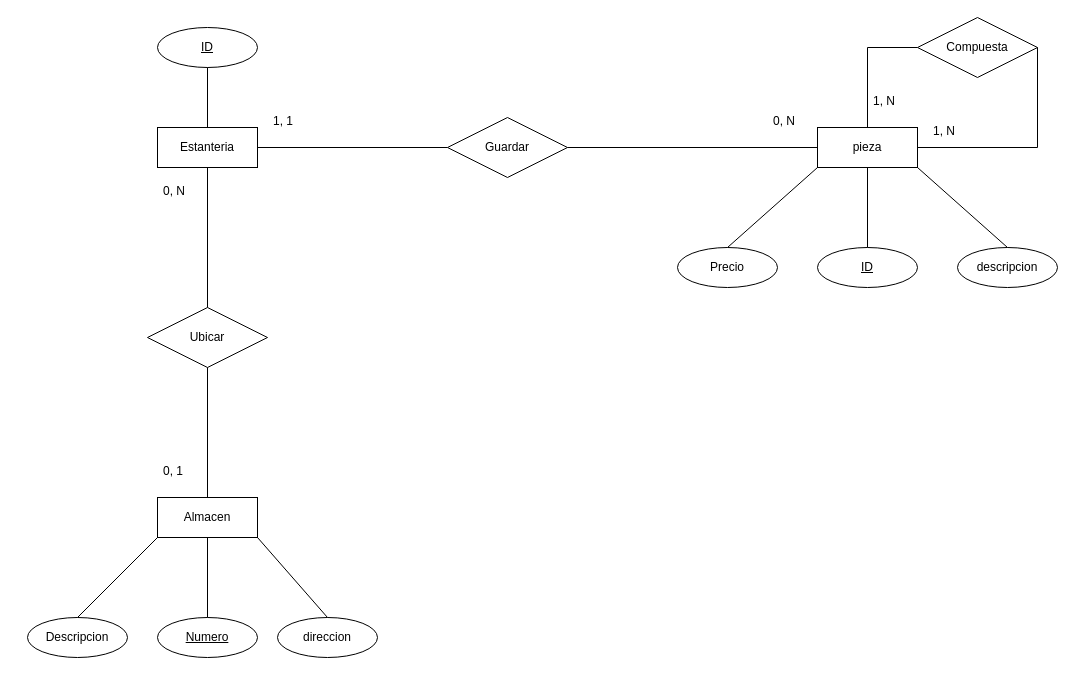
Before: Actividad_05_C3_UD12.drawio in jordimall/jmg-tsys-ta12diagramasER-drawio-111023, a draw.io diagram. Source tidied: cells renumbered, new cells numbered last; positions are measured from the earlier drawing's top-left corner, leaving out a move shared by most shapes. Both pictures are drawn from the tidied source at 100%, with x=0, y=0 at pixel (27, 17).
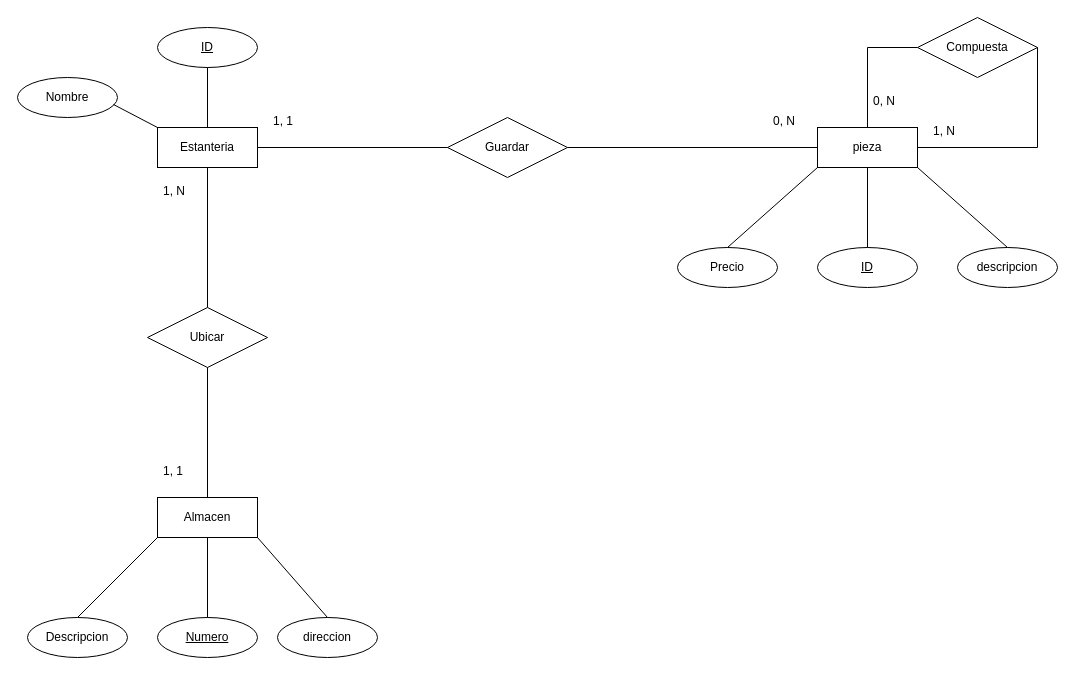
The same diagram, later.

The change refers to these unchanged cells:
```xml
<mxCell id="13" value="Estanteria" style="whiteSpace=wrap;html=1;align=center;" parent="1" vertex="1">
  <mxGeometry x="130" y="110" width="100" height="40" as="geometry" />
</mxCell>
```

The edit, as a diff of the source:
```diff
@@
-    <mxCell id="26" value="0, N" style="text;strokeColor=none;fillColor=none;spacingLeft=4;spacingRight=4;overflow=hidden;fontSize=12;whiteSpace=wrap;html=1;" parent="1" vertex="1">
+    <mxCell id="26" value="1, N" style="text;strokeColor=none;fillColor=none;spacingLeft=4;spacingRight=4;overflow=hidden;fontSize=12;whiteSpace=wrap;html=1;" parent="1" vertex="1">
       <mxGeometry x="130" y="160" width="40" height="30" as="geometry" />
     </mxCell>
-    <mxCell id="27" value="0, 1" style="text;strokeColor=none;fillColor=none;spacingLeft=4;spacingRight=4;overflow=hidden;fontSize=12;whiteSpace=wrap;html=1;" parent="1" vertex="1">
+    <mxCell id="27" value="1, 1" style="text;strokeColor=none;fillColor=none;spacingLeft=4;spacingRight=4;overflow=hidden;fontSize=12;whiteSpace=wrap;html=1;" parent="1" vertex="1">
       <mxGeometry x="130" y="440" width="40" height="30" as="geometry" />
     </mxCell>
@@
-    <mxCell id="33" value="1, N" style="text;strokeColor=none;fillColor=none;spacingLeft=4;spacingRight=4;overflow=hidden;fontSize=12;whiteSpace=wrap;html=1;" parent="1" vertex="1">
+    <mxCell id="33" value="0, N" style="text;strokeColor=none;fillColor=none;spacingLeft=4;spacingRight=4;overflow=hidden;fontSize=12;whiteSpace=wrap;html=1;" parent="1" vertex="1">
       <mxGeometry x="840" y="70" width="40" height="30" as="geometry" />
     </mxCell>
+    <mxCell id="34" value="Nombre" style="ellipse;whiteSpace=wrap;html=1;align=center;" parent="1" vertex="1">
+      <mxGeometry x="-10" y="60" width="100" height="40" as="geometry" />
+    </mxCell>
+    <mxCell id="35" style="endArrow=none;html=1;rounded=0;exitX=0.96;exitY=0.675;exitDx=0;exitDy=0;exitPerimeter=0;entryX=0;entryY=0;entryDx=0;entryDy=0;" parent="1" edge="1" source="34" target="13">
+      <mxGeometry relative="1" as="geometry" />
+    </mxCell>
```
